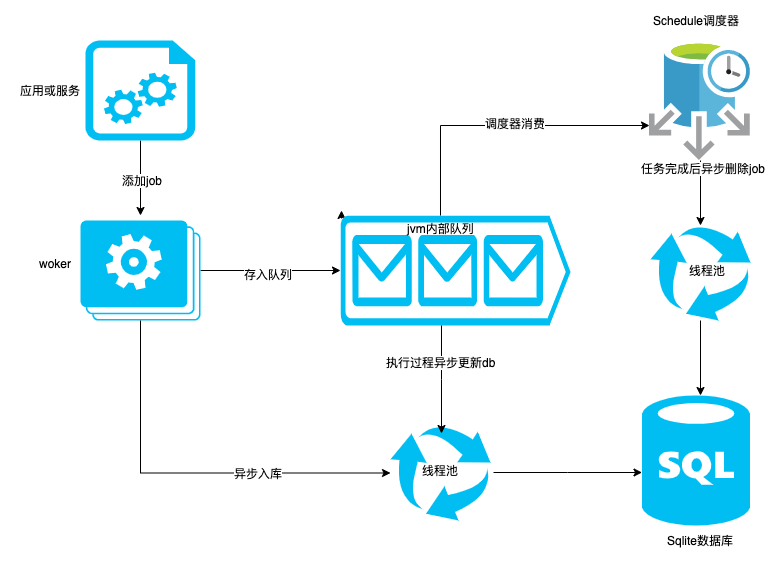
Before: images/架构图.png, a diagram exported from draw.io (kinglaw1204/dynamic-schedule). Source tidied: cells renumbered, new cells last; positions are measured from the earlier drawing's top-left corner, leaving out a move shared by most shapes. Source of this version:
```xml
<mxGraphModel>
  <root>
    <mxCell id="0" />
    <mxCell id="1" parent="0" />
    <mxCell id="2" style="edgeStyle=elbowEdgeStyle;rounded=0;jettySize=auto;html=1;exitX=0.005;exitY=0.03;exitDx=0;exitDy=0;exitPerimeter=0;" parent="1" edge="1" source="3">
      <mxGeometry relative="1" as="geometry">
        <mxPoint x="331" y="200" as="targetPoint" />
      </mxGeometry>
    </mxCell>
    <mxCell id="3" style="verticalLabelPosition=bottom;html=1;verticalAlign=top;align=center;strokeColor=none;fillColor=#00BEF2;shape=mxgraph.azure.queue_generic;" parent="1" vertex="1">
      <mxGeometry x="330" y="205" width="230" height="110" as="geometry" />
    </mxCell>
    <mxCell id="4" style="edgeStyle=orthogonalEdgeStyle;rounded=0;jettySize=auto;html=1;entryX=0;entryY=0.5;entryDx=0;entryDy=0;entryPerimeter=0;" parent="1" edge="1" source="6" target="3">
      <mxGeometry relative="1" as="geometry" />
    </mxCell>
    <mxCell id="5" value="存入队列" style="text;html=1;align=center;verticalAlign=middle;labelBackgroundColor=#ffffff;" parent="4" vertex="1">
      <mxGeometry x="-0.04" y="-3" relative="1" as="geometry" />
    </mxCell>
    <mxCell id="6" style="verticalLabelPosition=bottom;html=1;verticalAlign=top;align=center;strokeColor=none;fillColor=#00BEF2;shape=mxgraph.azure.worker_roles;" parent="1" vertex="1">
      <mxGeometry x="70" y="210" width="120" height="100" as="geometry" />
    </mxCell>
    <mxCell id="7" style="verticalLabelPosition=bottom;html=1;verticalAlign=top;align=center;strokeColor=none;fillColor=#00BEF2;shape=mxgraph.azure.sql_database;" parent="1" vertex="1">
      <mxGeometry x="631.5" y="385" width="108" height="130" as="geometry" />
    </mxCell>
    <mxCell id="8" style="html=1;points=[];align=center;image;fontSize=12;image=img/lib/mscae/Elastic_Job_Agents.svg;" parent="1" vertex="1">
      <mxGeometry x="639" y="30" width="101" height="120" as="geometry" />
    </mxCell>
    <mxCell id="9" style="edgeStyle=elbowEdgeStyle;rounded=0;jettySize=auto;html=1;" parent="1" edge="1" source="3" target="8">
      <mxGeometry relative="1" as="geometry">
        <Array as="points">
          <mxPoint x="430" y="115" />
        </Array>
      </mxGeometry>
    </mxCell>
    <mxCell id="10" value="调度器消费" style="text;html=1;align=center;verticalAlign=middle;labelBackgroundColor=#ffffff;" parent="9" vertex="1">
      <mxGeometry x="0.1" y="3" relative="1" as="geometry" />
    </mxCell>
    <mxCell id="11" style="edgeStyle=elbowEdgeStyle;rounded=0;jettySize=auto;html=1;" parent="1" edge="1" source="12" target="7">
      <mxGeometry relative="1" as="geometry" />
    </mxCell>
    <mxCell id="12" style="html=1;strokeColor=none;shadow=0;align=center;verticalAlign=top;fillColor=#00BEF2;shape=mxgraph.gcp2.arrow_cycle;" parent="1" vertex="1">
      <mxGeometry x="640" y="215" width="100" height="95" as="geometry" />
    </mxCell>
    <mxCell id="13" style="edgeStyle=elbowEdgeStyle;rounded=0;jettySize=auto;html=1;" parent="1" edge="1" source="8" target="12">
      <mxGeometry relative="1" as="geometry" />
    </mxCell>
    <mxCell id="14" value="任务完成后异步删除job" style="text;html=1;align=center;verticalAlign=middle;labelBackgroundColor=#ffffff;" parent="13" vertex="1">
      <mxGeometry y="26" relative="1" as="geometry">
        <mxPoint x="-24" y="-26" as="offset" />
      </mxGeometry>
    </mxCell>
    <mxCell id="15" style="edgeStyle=orthogonalEdgeStyle;rounded=0;jettySize=auto;html=1;" parent="1" edge="1" source="17">
      <mxGeometry relative="1" as="geometry">
        <mxPoint x="130" y="205" as="targetPoint" />
      </mxGeometry>
    </mxCell>
    <mxCell id="16" value="添加job" style="text;html=1;align=center;verticalAlign=middle;labelBackgroundColor=#ffffff;" parent="15" vertex="1">
      <mxGeometry x="0.03" y="1" relative="1" as="geometry" />
    </mxCell>
    <mxCell id="17" style="verticalLabelPosition=bottom;html=1;verticalAlign=top;align=center;strokeColor=none;fillColor=#00BEF2;shape=mxgraph.azure.startup_task;" parent="1" vertex="1">
      <mxGeometry x="75" y="30" width="110" height="100" as="geometry" />
    </mxCell>
    <mxCell id="18" style="edgeStyle=elbowEdgeStyle;rounded=0;orthogonalLoop=1;jettySize=auto;html=1;entryX=-0.023;entryY=0.585;entryDx=0;entryDy=0;entryPerimeter=0;" parent="1" edge="1">
      <mxGeometry relative="1" as="geometry">
        <mxPoint x="483" y="462" as="sourcePoint" />
        <mxPoint x="631.5" y="462" as="targetPoint" />
      </mxGeometry>
    </mxCell>
    <mxCell id="19" style="html=1;strokeColor=none;shadow=0;align=center;verticalAlign=top;fillColor=#00BEF2;shape=mxgraph.gcp2.arrow_cycle;" parent="1" vertex="1">
      <mxGeometry x="380" y="415" width="100" height="95" as="geometry" />
    </mxCell>
    <mxCell id="20" style="edgeStyle=elbowEdgeStyle;rounded=0;jettySize=auto;html=1;entryX=0.51;entryY=0.084;entryDx=0;entryDy=0;entryPerimeter=0;" parent="1" edge="1" source="3" target="19">
      <mxGeometry relative="1" as="geometry" />
    </mxCell>
    <mxCell id="21" value="执行过程异步更新db" style="text;html=1;align=center;verticalAlign=middle;labelBackgroundColor=#ffffff;" parent="20" vertex="1">
      <mxGeometry y="-18" relative="1" as="geometry">
        <mxPoint x="17" y="-18" as="offset" />
      </mxGeometry>
    </mxCell>
    <mxCell id="22" style="edgeStyle=elbowEdgeStyle;rounded=0;jettySize=auto;html=1;" parent="1" edge="1" source="6" target="19">
      <mxGeometry relative="1" as="geometry">
        <Array as="points">
          <mxPoint x="130" y="325" />
        </Array>
      </mxGeometry>
    </mxCell>
    <mxCell id="23" value="异步入库" style="text;html=1;align=center;verticalAlign=middle;labelBackgroundColor=#ffffff;" parent="22" vertex="1">
      <mxGeometry x="0.34" y="1" relative="1" as="geometry">
        <mxPoint x="1" y="1" as="offset" />
      </mxGeometry>
    </mxCell>
    <mxCell id="24" value="woker" style="text;html=1;align=center;verticalAlign=middle;fillColor=none;strokeColor=none;rounded=0;" parent="1" vertex="1">
      <mxGeometry x="20" y="242.5" width="50" height="20" as="geometry" />
    </mxCell>
    <mxCell id="25" value="应用或服务" style="text;html=1;align=center;verticalAlign=middle;fillColor=none;strokeColor=none;rounded=0;" parent="1" vertex="1">
      <mxGeometry y="70" width="80" height="20" as="geometry" />
    </mxCell>
    <mxCell id="26" value="jvm内部队列" style="text;html=1;align=center;verticalAlign=middle;fillColor=none;strokeColor=none;rounded=0;" parent="1" vertex="1">
      <mxGeometry x="390" y="208" width="80" height="20" as="geometry" />
    </mxCell>
    <mxCell id="27" value="Schedule调度器" style="text;html=1;align=center;verticalAlign=middle;fillColor=none;strokeColor=none;rounded=0;" parent="1" vertex="1">
      <mxGeometry x="635.5" width="100" height="20" as="geometry" />
    </mxCell>
    <mxCell id="28" value="Sqlite数据库" style="text;html=1;align=center;verticalAlign=middle;fillColor=none;strokeColor=none;rounded=0;" parent="1" vertex="1">
      <mxGeometry x="650" y="520" width="80" height="20" as="geometry" />
    </mxCell>
    <mxCell id="29" value="线程池" style="text;html=1;align=center;verticalAlign=middle;fillColor=none;strokeColor=none;rounded=0;" parent="1" vertex="1">
      <mxGeometry x="405" y="450" width="50" height="20" as="geometry" />
    </mxCell>
    <mxCell id="30" value="线程池" style="text;html=1;align=center;verticalAlign=middle;fillColor=none;strokeColor=none;rounded=0;" parent="1" vertex="1">
      <mxGeometry x="672" y="250" width="50" height="20" as="geometry" />
    </mxCell>
  </root>
</mxGraphModel>
```
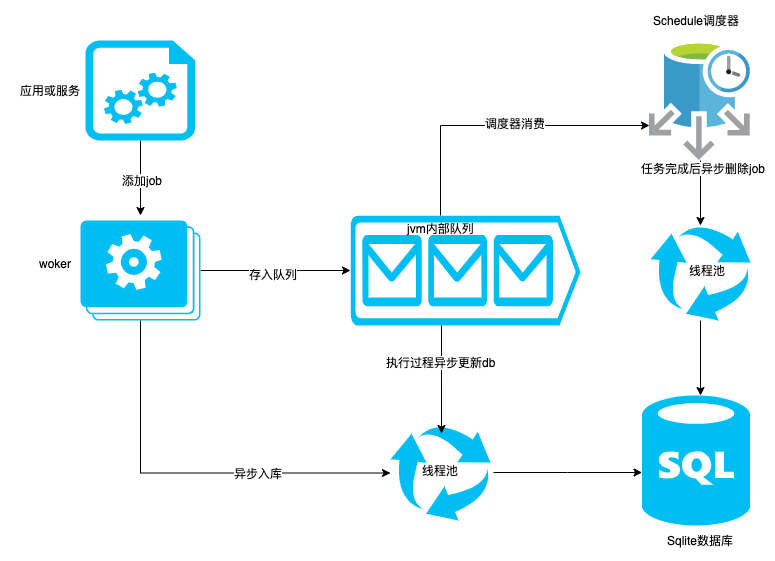
Above is the later version.

The edit, as a diff of the source:
```diff
@@ -2,13 +2,8 @@
   <root>
     <mxCell id="0" />
     <mxCell id="1" parent="0" />
-    <mxCell id="2" style="edgeStyle=elbowEdgeStyle;rounded=0;jettySize=auto;html=1;exitX=0.005;exitY=0.03;exitDx=0;exitDy=0;exitPerimeter=0;" parent="1" edge="1" source="3">
-      <mxGeometry relative="1" as="geometry">
-        <mxPoint x="331" y="200" as="targetPoint" />
-      </mxGeometry>
-    </mxCell>
     <mxCell id="3" style="verticalLabelPosition=bottom;html=1;verticalAlign=top;align=center;strokeColor=none;fillColor=#00BEF2;shape=mxgraph.azure.queue_generic;" parent="1" vertex="1">
-      <mxGeometry x="330" y="205" width="230" height="110" as="geometry" />
+      <mxGeometry x="340" y="205" width="230" height="110" as="geometry" />
     </mxCell>
     <mxCell id="4" style="edgeStyle=orthogonalEdgeStyle;rounded=0;jettySize=auto;html=1;entryX=0;entryY=0.5;entryDx=0;entryDy=0;entryPerimeter=0;" parent="1" edge="1" source="6" target="3">
       <mxGeometry relative="1" as="geometry" />
```
